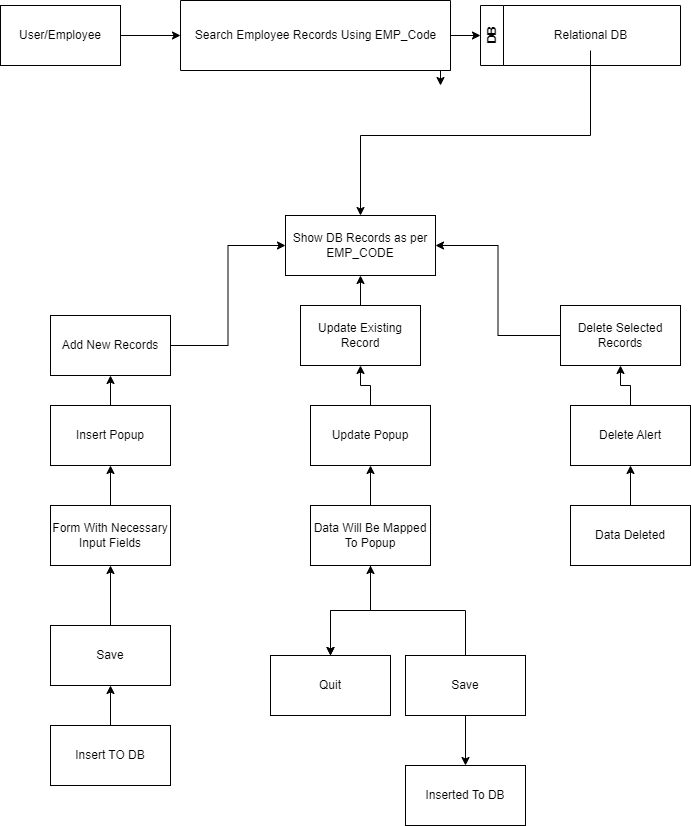
The draw.io diagram eauser_report.drawio.png in mananhiteshkataria/drawio, before a commit. Source tidied: cells renumbered, new cells last; positions are measured from the earlier drawing's top-left corner, leaving out a move shared by most shapes.
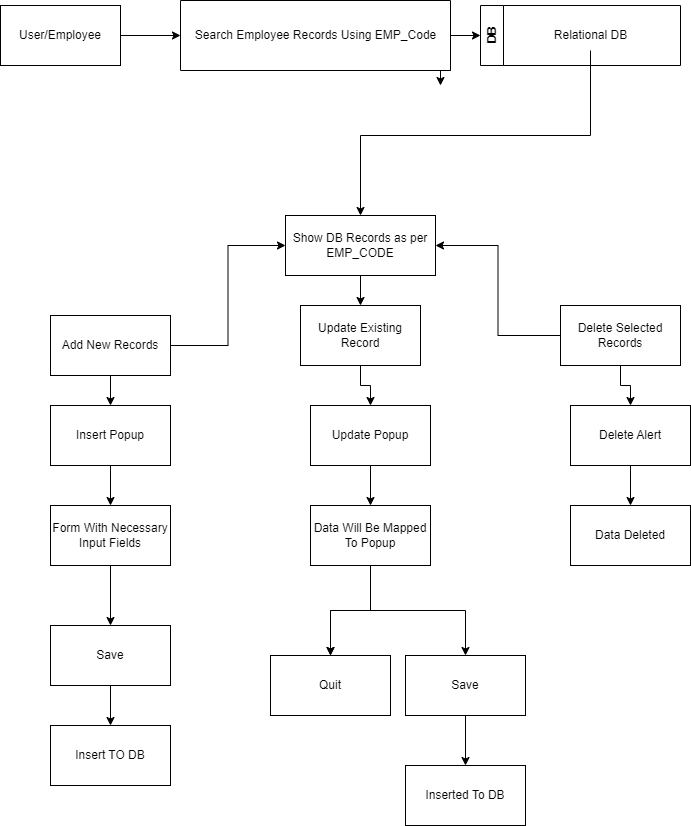
The same file after the commit.

What changed in the source:
```diff
@@ -28,75 +28,78 @@
     <mxCell id="9" value="Relational DB" style="text;html=1;align=center;verticalAlign=middle;points=[];strokeColor=none;fillColor=none;" parent="8" vertex="1">
       <mxGeometry x="60" y="15" width="100" height="30" as="geometry" />
     </mxCell>
+    <mxCell id="41" style="edgeStyle=orthogonalEdgeStyle;rounded=0;jettySize=auto;html=1;" parent="1" edge="1" source="10" target="14">
+      <mxGeometry relative="1" as="geometry" />
+    </mxCell>
     <mxCell id="10" value="Show DB Records as per EMP_CODE" style="rounded=0;whiteSpace=wrap;html=1;" parent="1" vertex="1">
       <mxGeometry x="285" y="215" width="150" height="60" as="geometry" />
     </mxCell>
     <mxCell id="11" style="edgeStyle=orthogonalEdgeStyle;rounded=0;jettySize=auto;html=1;entryX=0;entryY=0.5;entryDx=0;entryDy=0;" parent="1" edge="1" source="12" target="10">
       <mxGeometry relative="1" as="geometry" />
     </mxCell>
+    <mxCell id="42" style="edgeStyle=orthogonalEdgeStyle;rounded=0;jettySize=auto;html=1;" parent="1" edge="1" source="12" target="18">
+      <mxGeometry relative="1" as="geometry" />
+    </mxCell>
     <mxCell id="12" value="Add New Records" style="rounded=0;whiteSpace=wrap;html=1;" parent="1" vertex="1">
       <mxGeometry x="50" y="315" width="120" height="60" as="geometry" />
     </mxCell>
-    <mxCell id="13" style="edgeStyle=orthogonalEdgeStyle;rounded=0;jettySize=auto;html=1;" parent="1" edge="1" source="14" target="10">
-      <mxGeometry relative="1" as="geometry" />
-    </mxCell>
+    <mxCell id="43" style="edgeStyle=orthogonalEdgeStyle;rounded=0;jettySize=auto;html=1;" parent="1" edge="1" source="14" target="20">
+      <mxGeometry relative="1" as="geometry" />
+    </mxCell>
     <mxCell id="14" value="Update Existing Record" style="rounded=0;whiteSpace=wrap;html=1;" parent="1" vertex="1">
       <mxGeometry x="300" y="305" width="120" height="60" as="geometry" />
     </mxCell>
     <mxCell id="15" style="edgeStyle=orthogonalEdgeStyle;rounded=0;jettySize=auto;html=1;entryX=1;entryY=0.5;entryDx=0;entryDy=0;" parent="1" edge="1" source="16" target="10">
       <mxGeometry relative="1" as="geometry" />
     </mxCell>
+    <mxCell id="44" style="edgeStyle=orthogonalEdgeStyle;rounded=0;jettySize=auto;html=1;" parent="1" edge="1" source="16" target="22">
+      <mxGeometry relative="1" as="geometry" />
+    </mxCell>
     <mxCell id="16" value="Delete Selected Records" style="rounded=0;whiteSpace=wrap;html=1;" parent="1" vertex="1">
       <mxGeometry x="560" y="305" width="120" height="60" as="geometry" />
     </mxCell>
-    <mxCell id="17" style="edgeStyle=orthogonalEdgeStyle;rounded=0;jettySize=auto;html=1;" parent="1" edge="1" source="18" target="12">
-      <mxGeometry relative="1" as="geometry" />
-    </mxCell>
+    <mxCell id="45" style="edgeStyle=orthogonalEdgeStyle;rounded=0;jettySize=auto;html=1;" parent="1" edge="1" source="18" target="30">
+      <mxGeometry relative="1" as="geometry" />
+    </mxCell>
     <mxCell id="18" value="Insert Popup" style="rounded=0;whiteSpace=wrap;html=1;" parent="1" vertex="1">
       <mxGeometry x="50" y="405" width="120" height="60" as="geometry" />
     </mxCell>
-    <mxCell id="19" style="edgeStyle=orthogonalEdgeStyle;rounded=0;jettySize=auto;html=1;" parent="1" edge="1" source="20" target="14">
-      <mxGeometry relative="1" as="geometry" />
-    </mxCell>
+    <mxCell id="46" style="edgeStyle=orthogonalEdgeStyle;rounded=0;jettySize=auto;html=1;" parent="1" edge="1" source="20" target="28">
+      <mxGeometry relative="1" as="geometry" />
+    </mxCell>
     <mxCell id="20" value="Update Popup" style="rounded=0;whiteSpace=wrap;html=1;" parent="1" vertex="1">
       <mxGeometry x="310" y="405" width="120" height="60" as="geometry" />
     </mxCell>
-    <mxCell id="21" style="edgeStyle=orthogonalEdgeStyle;rounded=0;jettySize=auto;html=1;" parent="1" edge="1" source="22" target="16">
-      <mxGeometry relative="1" as="geometry" />
-    </mxCell>
+    <mxCell id="47" style="edgeStyle=orthogonalEdgeStyle;rounded=0;jettySize=auto;html=1;" parent="1" edge="1" source="22" target="24">
+      <mxGeometry relative="1" as="geometry" />
+    </mxCell>
     <mxCell id="22" value="Delete Alert" style="rounded=0;whiteSpace=wrap;html=1;" parent="1" vertex="1">
       <mxGeometry x="570" y="405" width="120" height="60" as="geometry" />
     </mxCell>
-    <mxCell id="23" style="edgeStyle=orthogonalEdgeStyle;rounded=0;jettySize=auto;html=1;" parent="1" edge="1" source="24" target="22">
-      <mxGeometry relative="1" as="geometry" />
-    </mxCell>
     <mxCell id="24" value="Data Deleted" style="rounded=0;whiteSpace=wrap;html=1;" parent="1" vertex="1">
       <mxGeometry x="570" y="505" width="120" height="60" as="geometry" />
     </mxCell>
-    <mxCell id="25" style="edgeStyle=orthogonalEdgeStyle;rounded=0;jettySize=auto;html=1;" parent="1" edge="1" source="28" target="20">
-      <mxGeometry relative="1" as="geometry" />
-    </mxCell>
     <mxCell id="26" style="edgeStyle=orthogonalEdgeStyle;rounded=0;jettySize=auto;html=1;" parent="1" edge="1" source="28" target="31">
       <mxGeometry relative="1" as="geometry" />
     </mxCell>
     <mxCell id="27" style="edgeStyle=orthogonalEdgeStyle;rounded=0;jettySize=auto;html=1;" parent="1" edge="1" source="28" target="31">
       <mxGeometry relative="1" as="geometry" />
     </mxCell>
+    <mxCell id="48" style="edgeStyle=orthogonalEdgeStyle;rounded=0;jettySize=auto;html=1;" parent="1" edge="1" source="28" target="34">
+      <mxGeometry relative="1" as="geometry" />
+    </mxCell>
     <mxCell id="28" value="Data Will Be Mapped To Popup" style="rounded=0;whiteSpace=wrap;html=1;" parent="1" vertex="1">
       <mxGeometry x="310" y="505" width="120" height="60" as="geometry" />
     </mxCell>
-    <mxCell id="29" style="edgeStyle=orthogonalEdgeStyle;rounded=0;jettySize=auto;html=1;" parent="1" edge="1" source="30" target="18">
-      <mxGeometry relative="1" as="geometry" />
-    </mxCell>
+    <mxCell id="49" style="edgeStyle=orthogonalEdgeStyle;rounded=0;jettySize=auto;html=1;" parent="1" edge="1" source="30" target="37">
+      <mxGeometry relative="1" as="geometry" />
+    </mxCell>
     <mxCell id="30" value="Form With Necessary Input Fields" style="rounded=0;whiteSpace=wrap;html=1;" parent="1" vertex="1">
       <mxGeometry x="50" y="505" width="120" height="60" as="geometry" />
     </mxCell>
     <mxCell id="31" value="Quit" style="rounded=0;whiteSpace=wrap;html=1;" parent="1" vertex="1">
       <mxGeometry x="270" y="655" width="120" height="60" as="geometry" />
     </mxCell>
-    <mxCell id="32" style="edgeStyle=orthogonalEdgeStyle;rounded=0;jettySize=auto;html=1;" parent="1" edge="1" source="34" target="28">
-      <mxGeometry relative="1" as="geometry" />
-    </mxCell>
     <mxCell id="33" style="edgeStyle=orthogonalEdgeStyle;rounded=0;jettySize=auto;html=1;" parent="1" edge="1" source="34" target="35">
       <mxGeometry relative="1" as="geometry" />
     </mxCell>
@@ -106,15 +109,12 @@
     <mxCell id="35" value="Inserted To DB" style="rounded=0;whiteSpace=wrap;html=1;" parent="1" vertex="1">
       <mxGeometry x="405" y="765" width="120" height="60" as="geometry" />
     </mxCell>
-    <mxCell id="36" style="edgeStyle=orthogonalEdgeStyle;rounded=0;jettySize=auto;html=1;" parent="1" edge="1" source="37" target="30">
-      <mxGeometry relative="1" as="geometry" />
-    </mxCell>
+    <mxCell id="50" style="edgeStyle=orthogonalEdgeStyle;rounded=0;jettySize=auto;html=1;" parent="1" edge="1" source="37" target="39">
+      <mxGeometry relative="1" as="geometry" />
+    </mxCell>
     <mxCell id="37" value="Save" style="rounded=0;whiteSpace=wrap;html=1;" parent="1" vertex="1">
       <mxGeometry x="50" y="625" width="120" height="60" as="geometry" />
     </mxCell>
-    <mxCell id="38" style="edgeStyle=orthogonalEdgeStyle;rounded=0;jettySize=auto;html=1;" parent="1" edge="1" source="39" target="37">
-      <mxGeometry relative="1" as="geometry" />
-    </mxCell>
     <mxCell id="39" value="Insert TO DB" style="rounded=0;whiteSpace=wrap;html=1;" parent="1" vertex="1">
       <mxGeometry x="50" y="725" width="120" height="60" as="geometry" />
     </mxCell>
```
